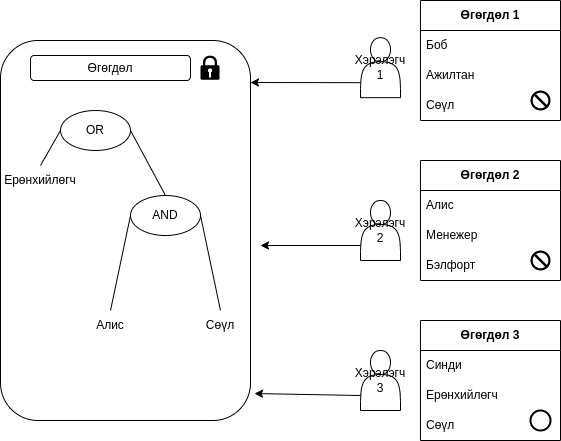
The draw.io diagram Figures/encryption_schemes/cp-abe.drawio.png in myagmartseren/pre_report, before a commit. Source tidied: cells renumbered, new cells last; positions are measured from the earlier drawing's top-left corner, leaving out a move shared by most shapes.
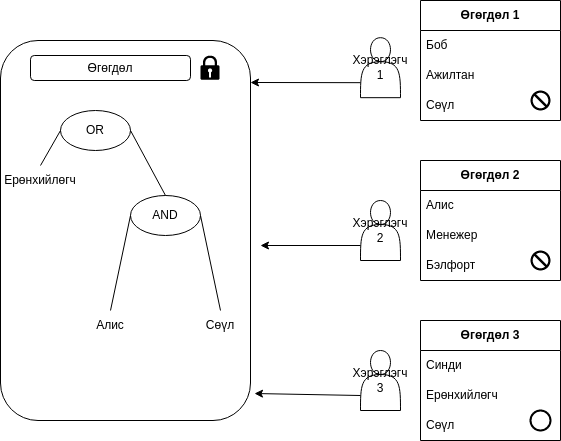
The same file after the commit.

The edit, as a diff of the source:
```diff
@@ -38,13 +38,13 @@
     <mxCell id="13" value="Сөүл" style="text;strokeColor=none;fillColor=none;align=left;verticalAlign=middle;spacingLeft=4;spacingRight=4;overflow=hidden;whiteSpace=wrap;html=1;" parent="10" vertex="1">
       <mxGeometry y="90" width="140" height="30" as="geometry" />
     </mxCell>
-    <mxCell id="14" value="Хэрэлэгч 1" style="shape=actor;whiteSpace=wrap;html=1;" parent="1" vertex="1">
+    <mxCell id="14" value="Хэрэглэгч 1" style="shape=actor;whiteSpace=wrap;html=1;" parent="1" vertex="1">
       <mxGeometry x="360" y="37.2" width="40" height="60" as="geometry" />
     </mxCell>
-    <mxCell id="15" value="Хэрэлэгч 2" style="shape=actor;whiteSpace=wrap;html=1;" parent="1" vertex="1">
+    <mxCell id="15" value="Хэрэглэгч 2" style="shape=actor;whiteSpace=wrap;html=1;" parent="1" vertex="1">
       <mxGeometry x="360" y="200" width="40" height="60" as="geometry" />
     </mxCell>
-    <mxCell id="16" value="Хэрэлэгч 3" style="shape=actor;whiteSpace=wrap;html=1;" parent="1" vertex="1">
+    <mxCell id="16" value="Хэрэглэгч 3" style="shape=actor;whiteSpace=wrap;html=1;" parent="1" vertex="1">
       <mxGeometry x="360" y="350" width="40" height="60" as="geometry" />
     </mxCell>
     <mxCell id="17" style="rounded=1;whiteSpace=wrap;html=1;" parent="1" vertex="1">
```
